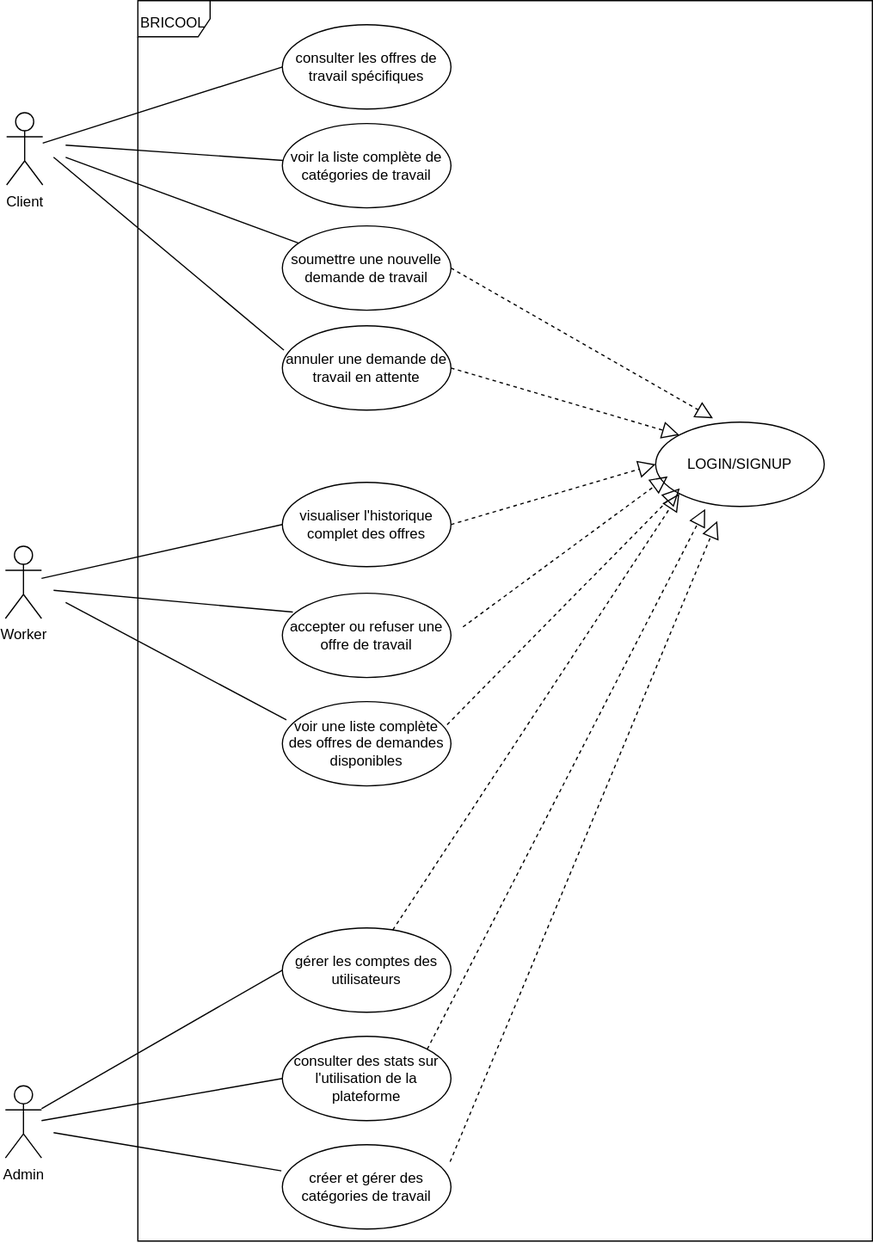
Before: Conception/USECASE.drawio.svg, a diagram exported from draw.io (abdelalicode/BRICOOL). Source tidied: cells renumbered, new cells last; positions are measured from the earlier drawing's top-left corner, leaving out a move shared by most shapes.
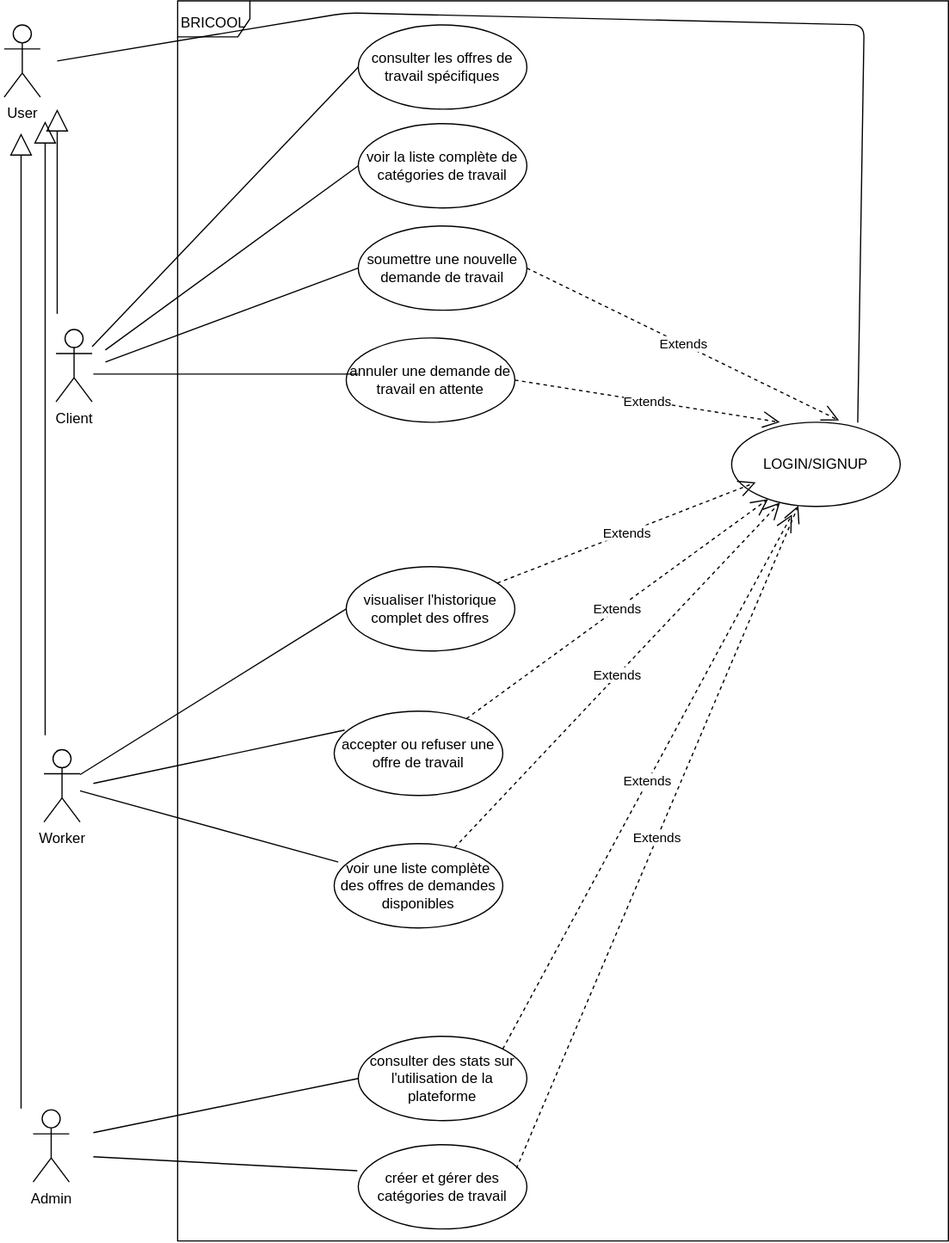
After the commit.

Change to the diagram source:
```diff
@@ -3,16 +3,16 @@
     <mxCell id="0" />
     <mxCell id="1" parent="0" />
     <mxCell id="2" value="&lt;font style=&quot;font-size: 12px;&quot;&gt;BRICOOL&lt;/font&gt;" style="shape=umlFrame;whiteSpace=wrap;html=1;fontSize=23;" parent="1" vertex="1">
-      <mxGeometry x="110" width="610" height="1030" as="geometry" />
+      <mxGeometry x="80" width="640" height="1030" as="geometry" />
     </mxCell>
     <mxCell id="3" value="Client" style="shape=umlActor;verticalLabelPosition=bottom;verticalAlign=top;html=1;" parent="1" vertex="1">
-      <mxGeometry x="1" y="93" width="30" height="60" as="geometry" />
+      <mxGeometry x="-21" y="273" width="30" height="60" as="geometry" />
     </mxCell>
     <mxCell id="4" value="Worker" style="shape=umlActor;verticalLabelPosition=bottom;verticalAlign=top;html=1;" parent="1" vertex="1">
-      <mxGeometry y="453" width="30" height="60" as="geometry" />
+      <mxGeometry x="-31" y="622" width="30" height="60" as="geometry" />
     </mxCell>
     <mxCell id="5" value="Admin" style="shape=umlActor;verticalLabelPosition=bottom;verticalAlign=top;html=1;" parent="1" vertex="1">
-      <mxGeometry y="901" width="30" height="60" as="geometry" />
+      <mxGeometry x="-40" y="921" width="30" height="60" as="geometry" />
     </mxCell>
     <mxCell id="6" value="consulter les offres de travail spécifiques" style="ellipse;whiteSpace=wrap;html=1;" parent="1" vertex="1">
       <mxGeometry x="230" y="20" width="140" height="70" as="geometry" />
@@ -24,20 +24,17 @@
       <mxGeometry x="230" y="187" width="140" height="70" as="geometry" />
     </mxCell>
     <mxCell id="9" value="annuler une demande de travail en attente" style="ellipse;whiteSpace=wrap;html=1;" parent="1" vertex="1">
-      <mxGeometry x="230" y="270" width="140" height="70" as="geometry" />
+      <mxGeometry x="220" y="280" width="140" height="70" as="geometry" />
     </mxCell>
     <mxCell id="10" value="visualiser l'historique complet des offres" style="ellipse;whiteSpace=wrap;html=1;" parent="1" vertex="1">
-      <mxGeometry x="230" y="400" width="140" height="70" as="geometry" />
+      <mxGeometry x="220" y="470" width="140" height="70" as="geometry" />
     </mxCell>
     <mxCell id="11" value="accepter ou refuser une offre de travail" style="ellipse;whiteSpace=wrap;html=1;" parent="1" vertex="1">
-      <mxGeometry x="230" y="492" width="140" height="70" as="geometry" />
+      <mxGeometry x="210" y="590" width="140" height="70" as="geometry" />
     </mxCell>
     <mxCell id="12" value="voir une liste complète des offres de demandes disponibles" style="ellipse;whiteSpace=wrap;html=1;" parent="1" vertex="1">
-      <mxGeometry x="230" y="582" width="140" height="70" as="geometry" />
+      <mxGeometry x="210" y="700" width="140" height="70" as="geometry" />
     </mxCell>
-    <mxCell id="13" value="gérer les comptes des utilisateurs" style="ellipse;whiteSpace=wrap;html=1;" parent="1" vertex="1">
-      <mxGeometry x="230" y="770" width="140" height="70" as="geometry" />
-    </mxCell>
     <mxCell id="14" value="consulter des stats sur l'utilisation de la plateforme" style="ellipse;whiteSpace=wrap;html=1;" parent="1" vertex="1">
       <mxGeometry x="230" y="860" width="140" height="70" as="geometry" />
     </mxCell>
@@ -50,19 +47,20 @@
     <mxCell id="17" style="endArrow=none;html=1;fontSize=23;entryX=0;entryY=0.5;entryDx=0;entryDy=0;" parent="1" edge="1" source="3" target="6">
       <mxGeometry relative="1" as="geometry" />
     </mxCell>
-    <mxCell id="18" style="endArrow=none;html=1;fontSize=23;" parent="1" edge="1" target="7">
+    <mxCell id="18" style="endArrow=none;html=1;fontSize=23;entryX=0;entryY=0.5;entryDx=0;entryDy=0;" parent="1" edge="1" target="7">
       <mxGeometry relative="1" as="geometry">
-        <mxPoint x="50" y="120" as="sourcePoint" />
+        <mxPoint x="20" y="290" as="sourcePoint" />
       </mxGeometry>
     </mxCell>
-    <mxCell id="19" style="endArrow=none;html=1;fontSize=23;" parent="1" edge="1" target="8">
+    <mxCell id="19" style="endArrow=none;html=1;fontSize=23;entryX=0;entryY=0.5;entryDx=0;entryDy=0;" parent="1" edge="1" target="8">
       <mxGeometry relative="1" as="geometry">
-        <mxPoint x="50" y="130" as="sourcePoint" />
+        <mxPoint x="20" y="300" as="sourcePoint" />
       </mxGeometry>
     </mxCell>
-    <mxCell id="20" style="endArrow=none;html=1;fontSize=23;entryX=0.009;entryY=0.287;entryDx=0;entryDy=0;entryPerimeter=0;" parent="1" edge="1" target="9">
+    <mxCell id="20" style="endArrow=none;html=1;fontSize=23;" parent="1" edge="1">
       <mxGeometry relative="1" as="geometry">
-        <mxPoint x="40" y="130" as="sourcePoint" />
+        <mxPoint x="10" y="310" as="sourcePoint" />
+        <mxPoint x="230" y="310" as="targetPoint" />
       </mxGeometry>
     </mxCell>
     <mxCell id="21" style="endArrow=none;html=1;fontSize=23;entryX=0;entryY=0.5;entryDx=0;entryDy=0;" parent="1" edge="1" source="4" target="10">
@@ -70,59 +68,78 @@
     </mxCell>
     <mxCell id="22" style="endArrow=none;html=1;fontSize=23;entryX=0.062;entryY=0.224;entryDx=0;entryDy=0;entryPerimeter=0;" parent="1" edge="1" target="11">
       <mxGeometry relative="1" as="geometry">
-        <mxPoint x="40" y="489.7" as="sourcePoint" />
+        <mxPoint x="10" y="650" as="sourcePoint" />
       </mxGeometry>
     </mxCell>
-    <mxCell id="23" style="endArrow=none;html=1;fontSize=23;entryX=0.024;entryY=0.218;entryDx=0;entryDy=0;entryPerimeter=0;" parent="1" edge="1" target="12">
-      <mxGeometry relative="1" as="geometry">
-        <mxPoint x="50" y="499.7" as="sourcePoint" />
-      </mxGeometry>
+    <mxCell id="23" style="endArrow=none;html=1;fontSize=23;entryX=0.024;entryY=0.218;entryDx=0;entryDy=0;entryPerimeter=0;" parent="1" edge="1" source="4" target="12">
+      <mxGeometry relative="1" as="geometry" />
     </mxCell>
-    <mxCell id="24" style="endArrow=none;html=1;fontSize=23;entryX=0;entryY=0.5;entryDx=0;entryDy=0;" parent="1" edge="1" target="13">
-      <mxGeometry relative="1" as="geometry">
-        <mxPoint x="30" y="920" as="sourcePoint" />
-      </mxGeometry>
-    </mxCell>
     <mxCell id="25" style="endArrow=none;html=1;fontSize=23;entryX=0;entryY=0.5;entryDx=0;entryDy=0;" parent="1" edge="1" target="14">
       <mxGeometry relative="1" as="geometry">
-        <mxPoint x="30" y="930" as="sourcePoint" />
+        <mxPoint x="10" y="940" as="sourcePoint" />
       </mxGeometry>
     </mxCell>
     <mxCell id="26" style="endArrow=none;html=1;fontSize=23;entryX=-0.006;entryY=0.31;entryDx=0;entryDy=0;entryPerimeter=0;" parent="1" edge="1" target="15">
       <mxGeometry relative="1" as="geometry">
-        <mxPoint x="40" y="940" as="sourcePoint" />
+        <mxPoint x="10" y="960" as="sourcePoint" />
       </mxGeometry>
     </mxCell>
+    <mxCell id="35" value="User" style="shape=umlActor;verticalLabelPosition=bottom;verticalAlign=top;html=1;" parent="1" vertex="1">
+      <mxGeometry x="-64" y="20" width="30" height="60" as="geometry" />
+    </mxCell>
-    <mxCell id="27" style="endArrow=block;dashed=1;endFill=0;endSize=12;html=1;fontSize=23;entryX=0.34;entryY=-0.046;entryDx=0;entryDy=0;entryPerimeter=0;exitX=1;exitY=0.5;exitDx=0;exitDy=0;" parent="1" edge="1" source="8" target="16">
+    <mxCell id="27" value="Extends" style="endArrow=open;endSize=12;dashed=1;html=1;exitX=1;exitY=0.5;exitDx=0;exitDy=0;entryX=0.637;entryY=-0.022;entryDx=0;entryDy=0;entryPerimeter=0;" parent="1" edge="1" source="8" target="16">
       <mxGeometry relative="1" as="geometry" />
     </mxCell>
-    <mxCell id="28" style="endArrow=block;dashed=1;endFill=0;endSize=12;html=1;fontSize=23;entryX=0;entryY=0;entryDx=0;entryDy=0;exitX=1;exitY=0.5;exitDx=0;exitDy=0;" parent="1" edge="1" source="9" target="16">
-      <mxGeometry relative="1" as="geometry" />
-    </mxCell>
-    <mxCell id="29" style="endArrow=block;dashed=1;endFill=0;endSize=12;html=1;fontSize=23;entryX=0;entryY=0.5;entryDx=0;entryDy=0;exitX=1;exitY=0.5;exitDx=0;exitDy=0;" parent="1" edge="1" source="10" target="16">
-      <mxGeometry relative="1" as="geometry" />
-    </mxCell>
-    <mxCell id="30" style="endArrow=block;dashed=1;endFill=0;endSize=12;html=1;fontSize=23;entryX=0;entryY=0.5;entryDx=0;entryDy=0;" parent="1" edge="1">
-      <mxGeometry relative="1" as="geometry">
-        <mxPoint x="380" y="520" as="sourcePoint" />
-        <mxPoint x="550" y="395" as="targetPoint" />
-      </mxGeometry>
-    </mxCell>
-    <mxCell id="31" style="endArrow=block;dashed=1;endFill=0;endSize=12;html=1;fontSize=23;entryX=0;entryY=0.5;entryDx=0;entryDy=0;exitX=0.977;exitY=0.274;exitDx=0;exitDy=0;exitPerimeter=0;" parent="1" edge="1" source="12">
-      <mxGeometry relative="1" as="geometry">
-        <mxPoint x="560" y="405" as="targetPoint" />
-      </mxGeometry>
-    </mxCell>
-    <mxCell id="32" style="endArrow=block;dashed=1;endFill=0;endSize=12;html=1;fontSize=23;entryX=0;entryY=1;entryDx=0;entryDy=0;" parent="1" edge="1" source="13" target="16">
-      <mxGeometry relative="1" as="geometry" />
-    </mxCell>
-    <mxCell id="33" style="endArrow=block;dashed=1;endFill=0;endSize=12;html=1;fontSize=23;entryX=0.294;entryY=1.029;entryDx=0;entryDy=0;exitX=1;exitY=0;exitDx=0;exitDy=0;entryPerimeter=0;" parent="1" edge="1" source="14" target="16">
-      <mxGeometry relative="1" as="geometry" />
-    </mxCell>
-    <mxCell id="34" style="endArrow=block;dashed=1;endFill=0;endSize=12;html=1;fontSize=23;entryX=0.294;entryY=1.029;entryDx=0;entryDy=0;entryPerimeter=0;exitX=0.995;exitY=0.202;exitDx=0;exitDy=0;exitPerimeter=0;" parent="1" edge="1" source="15">
-      <mxGeometry relative="1" as="geometry">
-        <mxPoint x="591.2" y="432" as="targetPoint" />
-      </mxGeometry>
-    </mxCell>
+    <mxCell id="36" value="Extends" style="endArrow=open;endSize=12;dashed=1;html=1;exitX=1;exitY=0.5;exitDx=0;exitDy=0;" parent="1" edge="1" source="9">
+      <mxGeometry relative="1" as="geometry">
+        <mxPoint x="580" y="350" as="targetPoint" />
+      </mxGeometry>
+    </mxCell>
+    <mxCell id="37" value="Extends" style="endArrow=open;endSize=12;dashed=1;html=1;" parent="1" edge="1" source="12" target="16">
+      <mxGeometry relative="1" as="geometry" />
+    </mxCell>
+    <mxCell id="38" value="Extends" style="endArrow=open;endSize=12;dashed=1;html=1;" parent="1" edge="1" source="11" target="16">
+      <mxGeometry relative="1" as="geometry" />
+    </mxCell>
+    <mxCell id="39" value="Extends" style="endArrow=open;endSize=12;dashed=1;html=1;" parent="1" edge="1" source="10">
+      <mxGeometry relative="1" as="geometry">
+        <mxPoint x="560" y="400" as="targetPoint" />
+      </mxGeometry>
+    </mxCell>
+    <mxCell id="40" value="Extends" style="endArrow=open;endSize=12;dashed=1;html=1;exitX=1;exitY=0;exitDx=0;exitDy=0;" parent="1" edge="1" source="14">
+      <mxGeometry relative="1" as="geometry">
+        <mxPoint x="590.2" y="426.7" as="targetPoint" />
+      </mxGeometry>
+    </mxCell>
+    <mxCell id="41" value="Extends" style="endArrow=open;endSize=12;dashed=1;html=1;exitX=0.938;exitY=0.282;exitDx=0;exitDy=0;exitPerimeter=0;" parent="1" edge="1" source="15" target="16">
+      <mxGeometry relative="1" as="geometry" />
+    </mxCell>
+    <mxCell id="42" style="endArrow=block;endSize=16;endFill=0;html=1;" parent="1" edge="1">
+      <mxGeometry relative="1" as="geometry">
+        <mxPoint x="-50" y="920" as="sourcePoint" />
+        <mxPoint x="-50" y="110" as="targetPoint" />
+      </mxGeometry>
+    </mxCell>
+    <mxCell id="43" style="endArrow=block;endSize=16;endFill=0;html=1;" parent="1" edge="1">
+      <mxGeometry relative="1" as="geometry">
+        <mxPoint x="-20" y="260" as="sourcePoint" />
+        <mxPoint x="-20" y="90" as="targetPoint" />
+      </mxGeometry>
+    </mxCell>
+    <mxCell id="44" style="endArrow=block;endSize=16;endFill=0;html=1;" parent="1" edge="1">
+      <mxGeometry relative="1" as="geometry">
+        <mxPoint x="-30" y="610" as="sourcePoint" />
+        <mxPoint x="-30" y="100" as="targetPoint" />
+      </mxGeometry>
+    </mxCell>
+    <mxCell id="45" style="endArrow=none;html=1;entryX=0.748;entryY=0.005;entryDx=0;entryDy=0;entryPerimeter=0;" parent="1" edge="1" target="16">
+      <mxGeometry relative="1" as="geometry">
+        <mxPoint x="-20" y="50" as="sourcePoint" />
+        <Array as="points">
+          <mxPoint x="220" y="10" />
+          <mxPoint x="650" y="20" />
+        </Array>
+      </mxGeometry>
+    </mxCell>
   </root>
 </mxGraphModel>
```
